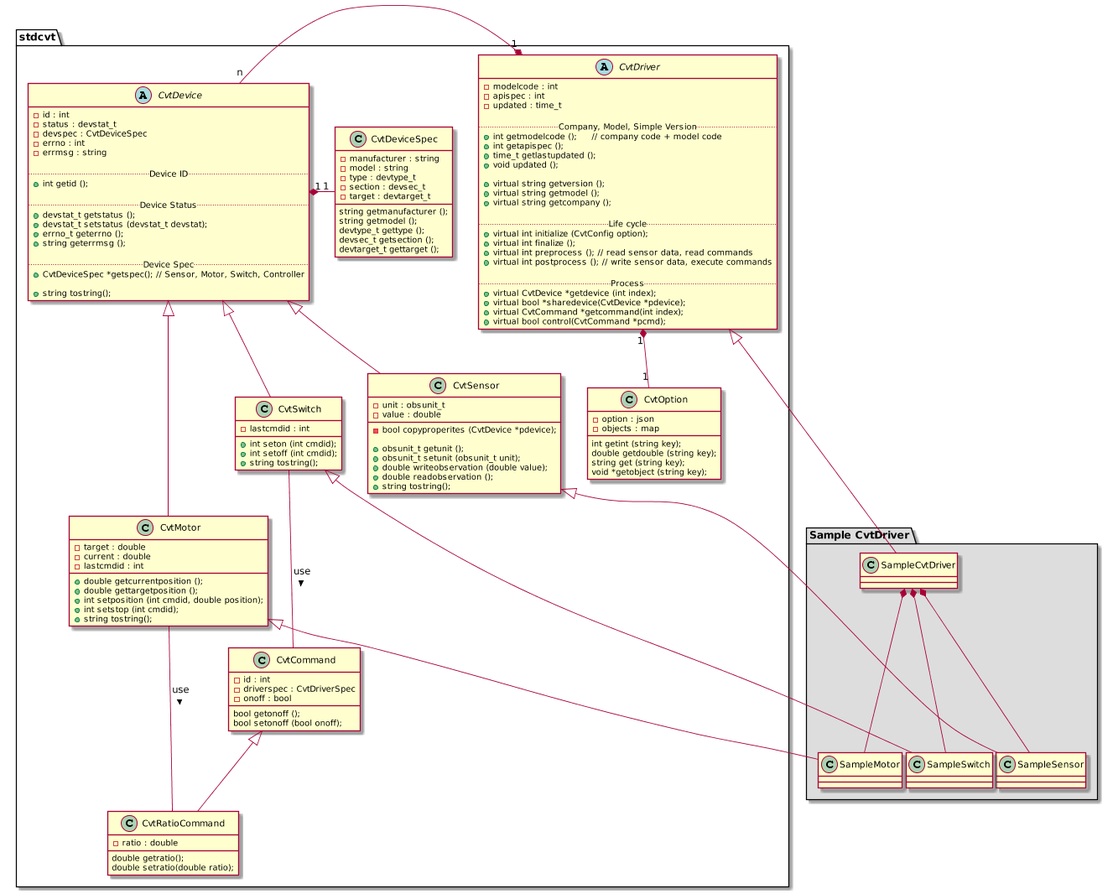
This is doc/images/driver_class.png from ebio-snu/cvtdriver, a PlantUML export, as it was before one commit.
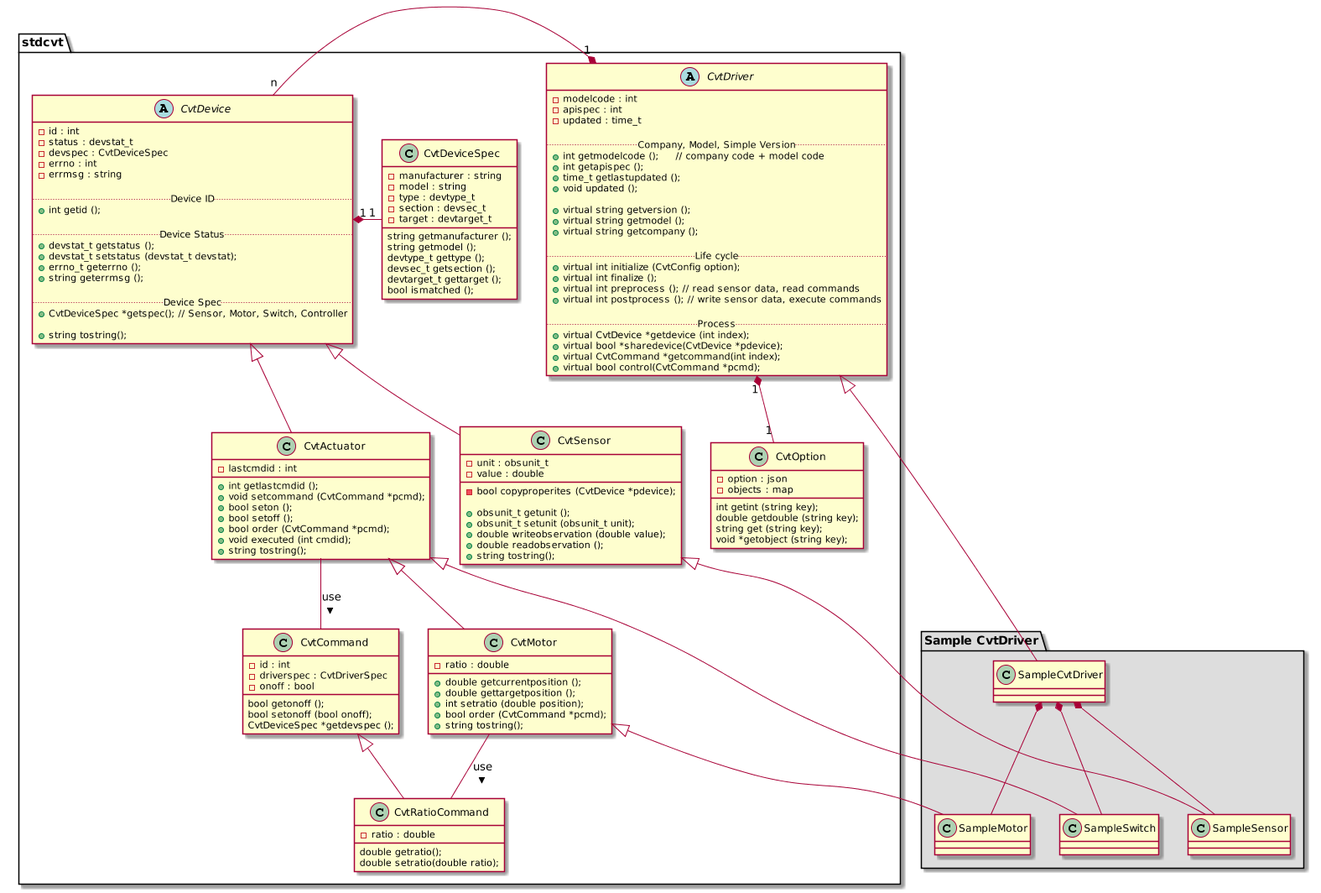
After the change.

Commit message:
API 문서 업데이트

Diff of the diagram source:
```diff
@@ -43,6 +43,7 @@
      devtype_t gettype ();
      devsec_t getsection ();
      devtarget_t gettarget ();
+     bool ismatched ();
     }
 
     abstract class CvtDevice {
@@ -80,20 +81,23 @@
     }
 
     class CvtMotor {
-     - target : double
-     - current : double
-     - lastcmdid : int
+     - ratio : double
+
      + double getcurrentposition ();
      + double gettargetposition ();
-     + int setposition (int cmdid, double position);
-     + int setstop (int cmdid);
+     + int setratio (double position);
+     + bool order (CvtCommand *pcmd);
      + string tostring();
     }
 
-    class CvtSwitch {
+    class CvtActuator {
      - lastcmdid : int
-     + int seton (int cmdid);
-     + int setoff (int cmdid);
+     + int getlastcmdid ();
+     + void setcommand (CvtCommand *pcmd);
+     + bool seton ();
+     + bool setoff ();
+     + bool order (CvtCommand *pcmd);
+     + void executed (int cmdid);
      + string tostring();
     }
 
@@ -104,6 +108,7 @@
 
      bool getonoff ();
      bool setonoff (bool onoff);
+     CvtDeviceSpec *getdevspec ();
     }
 
     class CvtRatioCommand {
@@ -128,13 +133,13 @@
     CvtDriver "1" *-- "1" CvtOption
 
     CvtDevice <|-- CvtSensor
-    CvtDevice <|-- CvtMotor
-    CvtDevice <|-- CvtSwitch
+    CvtActuator <|-- CvtMotor
+    CvtDevice <|-- CvtActuator
 
     CvtDevice "1" *- "1" CvtDeviceSpec
 
     CvtMotor -- CvtRatioCommand : > use
-    CvtSwitch -- CvtCommand : > use
+    CvtActuator -- CvtCommand : > use
 }
 
 package "Sample CvtDriver" #DDDDDD {
@@ -154,7 +159,7 @@
 
     CvtSensor <|-- SampleSensor
     CvtMotor <|-- SampleMotor
-    CvtSwitch <|-- SampleSwitch
+    CvtActuator <|-- SampleSwitch
 
     SampleCvtDriver *-- SampleSensor
     SampleCvtDriver *-- SampleMotor
```
